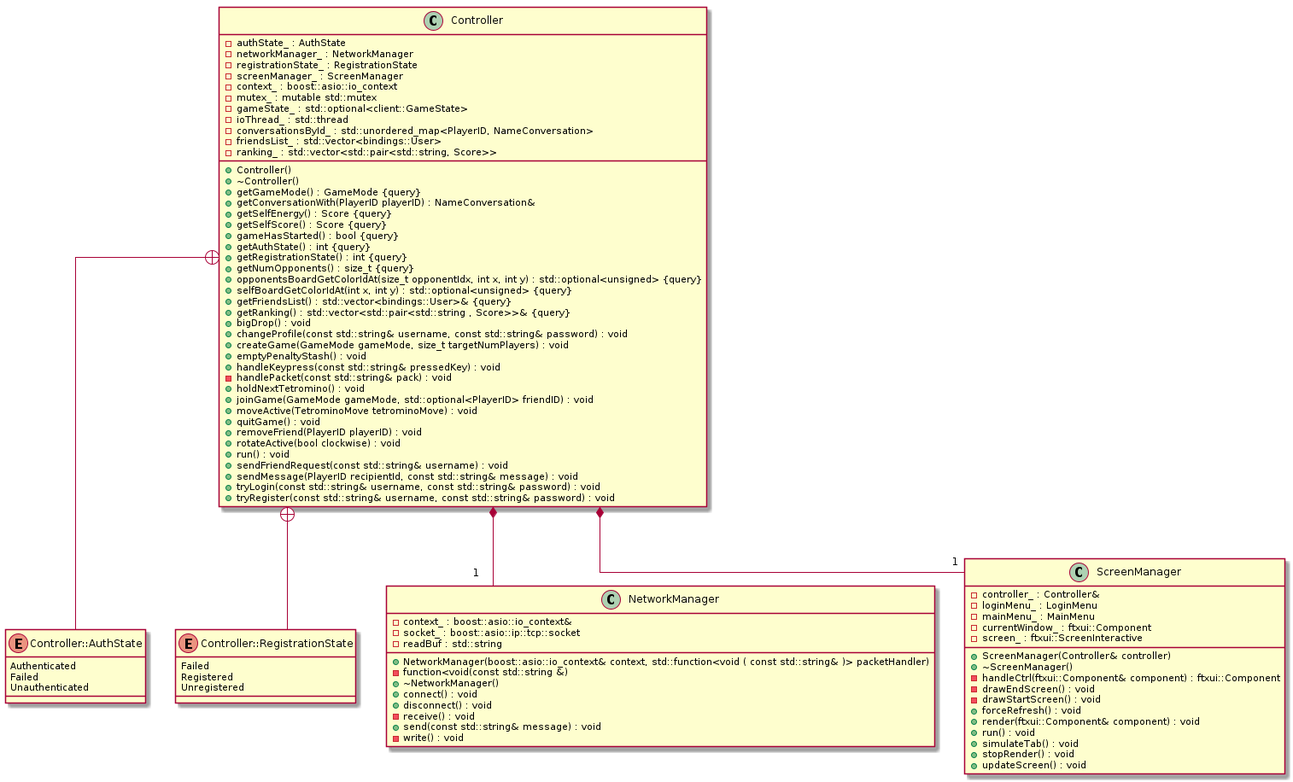
Before: res/uml/class/ClientStructureClass.png, a diagram exported from PlantUML (ulb-info2-group5/Royal-Blocks). Its source is kept beside it as doc/uml/class/client/ClientStructureClass.plantuml.
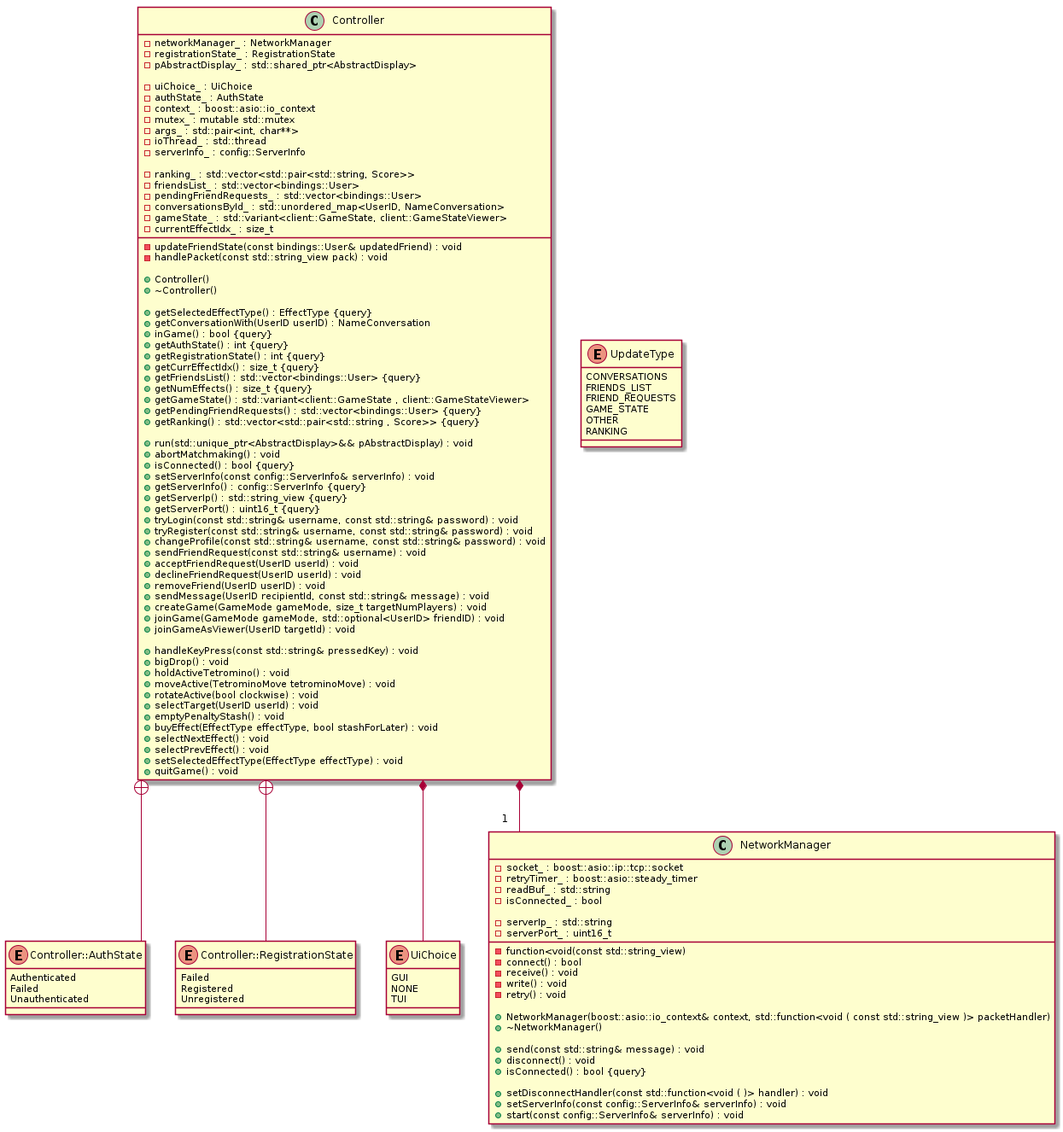
After the change.

The edit, as a diff of the source:
```diff
@@ -4,9 +4,7 @@
 
 !include ControllerClass.plantuml!0
 !include NetworkManagerClass.plantuml!0
-!include ScreenManagerClass.plantuml!0
 
 Controller *-- "1" NetworkManager
-Controller *-- "1" ScreenManager
 
 @enduml
```
